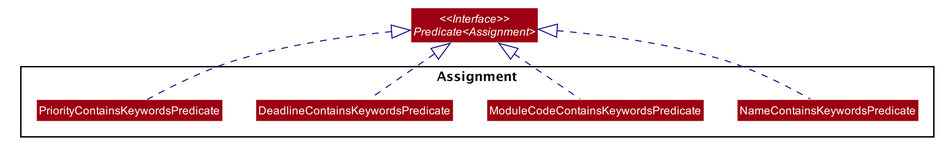
Above: docs/images/PredicateClassDiagram.png in nus-cs2103-AY2021S1/tp (PlantUML), before the change.
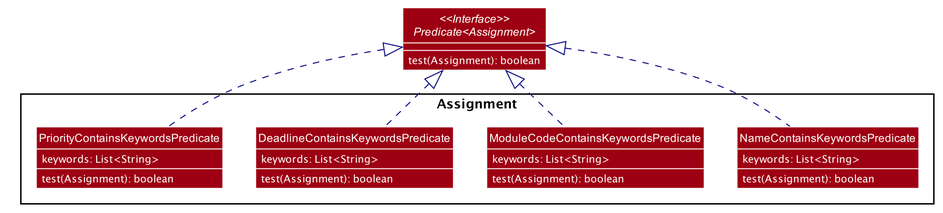
After the change.

Diff of the diagram source:
```diff
@@ -51,16 +51,32 @@
 skinparam arrowThickness 1.1
 skinparam arrowColor #101086
 skinparam classBackgroundColor #9D0012
+skinparam classAttributeFontColor #FFFFFF
+show members
+scale 1024 width
+scale 1000 height
 
 interface "<<Interface>>\nPredicate<Assignment>"
-"<<Interface>>\nPredicate<Assignment>" : test(Assignment)
+"<<Interface>>\nPredicate<Assignment>" : test(Assignment): boolean
 
 Package Assignment {
-Class NameContainsKeywordsPredicate
-Class ModuleCodeContainsKeywordsPredicate
-Class DeadlineContainsKeywordsPredicate
-Class PriorityContainsKeywordsPredicate
-
+scale max 800 height
+Class NameContainsKeywordsPredicate {
+    keywords: List<String>
+    test(Assignment): boolean
+}
+Class ModuleCodeContainsKeywordsPredicate {
+    keywords: List<String>
+    test(Assignment): boolean
+}
+Class DeadlineContainsKeywordsPredicate {
+    keywords: List<String>
+    test(Assignment): boolean
+}
+Class PriorityContainsKeywordsPredicate {
+    keywords: List<String>
+    test(Assignment): boolean
+}
 }
 
 NameContainsKeywordsPredicate ..up|> "<<Interface>>\nPredicate<Assignment>"
```
